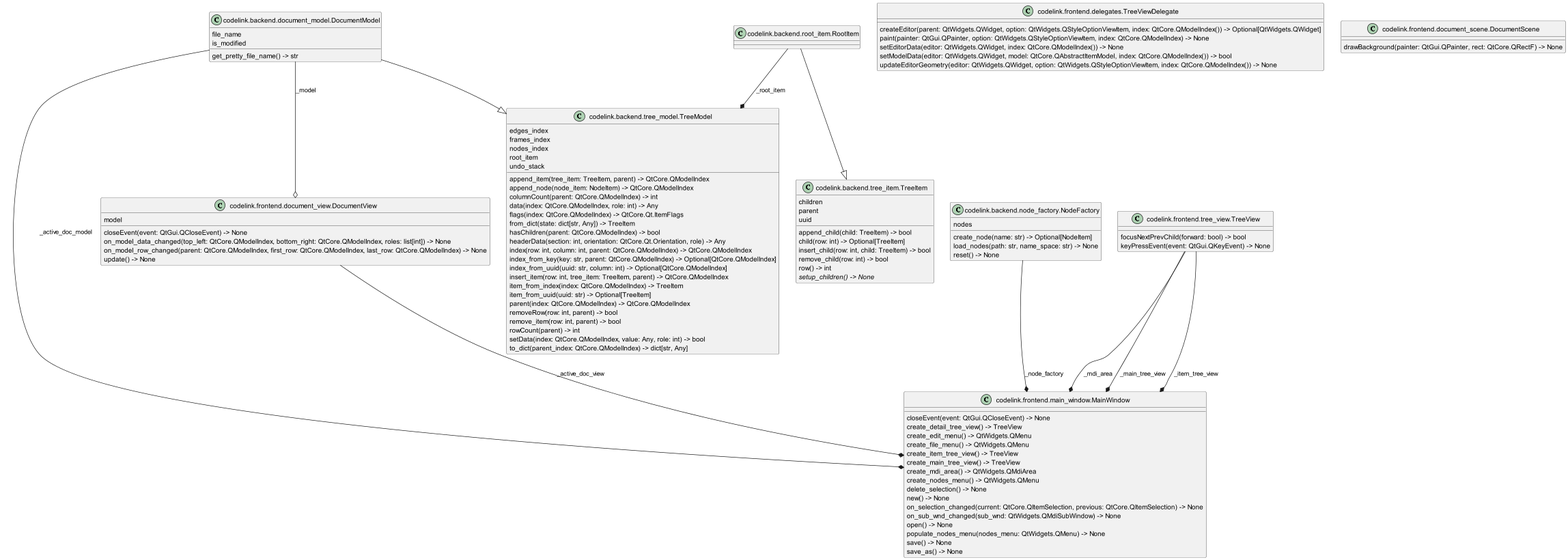
Before: img/frontend_classes.png, a diagram exported from PlantUML (j8sr0230/codelink).
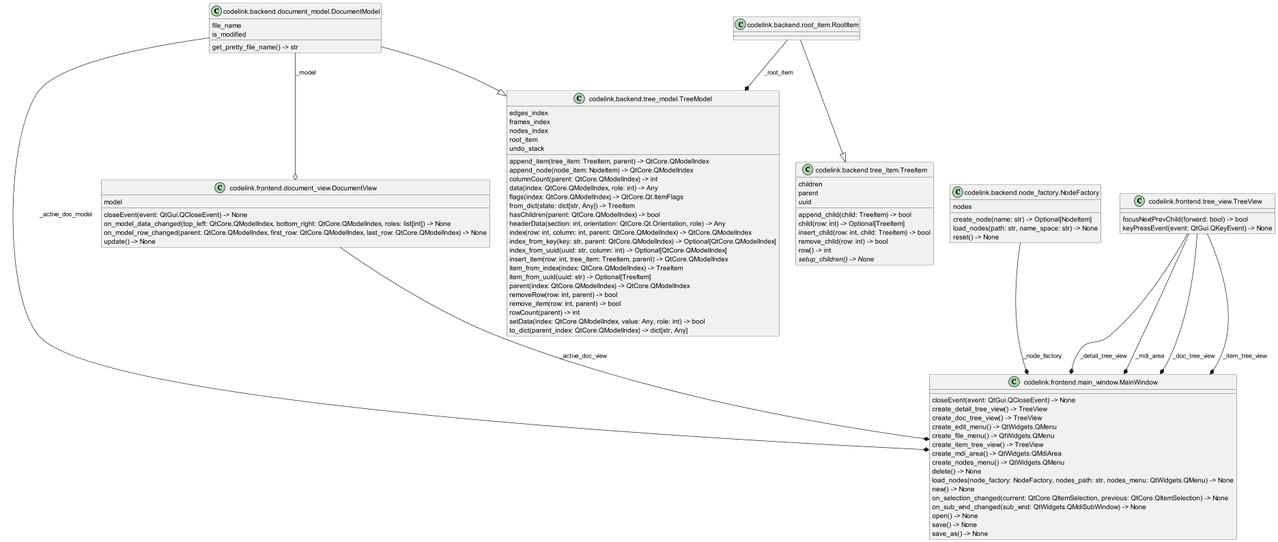
Later version of the same file.

Diff of the diagram source:
```diff
@@ -51,16 +51,6 @@
   setData(index: QtCore.QModelIndex, value: Any, role: int) -> bool
   to_dict(parent_index: QtCore.QModelIndex) -> dict[str, Any]
 }
-class "codelink.frontend.delegates.TreeViewDelegate" as codelink.frontend.delegates.TreeViewDelegate {
-  createEditor(parent: QtWidgets.QWidget, option: QtWidgets.QStyleOptionViewItem, index: QtCore.QModelIndex()) -> Optional[QtWidgets.QWidget]
-  paint(painter: QtGui.QPainter, option: QtWidgets.QStyleOptionViewItem, index: QtCore.QModelIndex) -> None
-  setEditorData(editor: QtWidgets.QWidget, index: QtCore.QModelIndex()) -> None
-  setModelData(editor: QtWidgets.QWidget, model: QtCore.QAbstractItemModel, index: QtCore.QModelIndex()) -> bool
-  updateEditorGeometry(editor: QtWidgets.QWidget, option: QtWidgets.QStyleOptionViewItem, index: QtCore.QModelIndex()) -> None
-}
-class "codelink.frontend.document_scene.DocumentScene" as codelink.frontend.document_scene.DocumentScene {
-  drawBackground(painter: QtGui.QPainter, rect: QtCore.QRectF) -> None
-}
 class "codelink.frontend.document_view.DocumentView" as codelink.frontend.document_view.DocumentView {
   model
   closeEvent(event: QtGui.QCloseEvent) -> None
@@ -71,18 +61,18 @@
 class "codelink.frontend.main_window.MainWindow" as codelink.frontend.main_window.MainWindow {
   closeEvent(event: QtGui.QCloseEvent) -> None
   create_detail_tree_view() -> TreeView
+  create_doc_tree_view() -> TreeView
   create_edit_menu() -> QtWidgets.QMenu
   create_file_menu() -> QtWidgets.QMenu
   create_item_tree_view() -> TreeView
-  create_main_tree_view() -> TreeView
   create_mdi_area() -> QtWidgets.QMdiArea
   create_nodes_menu() -> QtWidgets.QMenu
-  delete_selection() -> None
+  delete() -> None
+  load_nodes(node_factory: NodeFactory, nodes_path: str, nodes_menu: QtWidgets.QMenu) -> None
   new() -> None
   on_selection_changed(current: QtCore.QItemSelection, previous: QtCore.QItemSelection) -> None
   on_sub_wnd_changed(sub_wnd: QtWidgets.QMdiSubWindow) -> None
   open() -> None
-  populate_nodes_menu(nodes_menu: QtWidgets.QMenu) -> None
   save() -> None
   save_as() -> None
 }
@@ -97,7 +87,8 @@
 codelink.backend.root_item.RootItem --* codelink.backend.tree_model.TreeModel : _root_item
 codelink.frontend.document_view.DocumentView --* codelink.frontend.main_window.MainWindow : _active_doc_view
 codelink.frontend.tree_view.TreeView --* codelink.frontend.main_window.MainWindow : _mdi_area
-codelink.frontend.tree_view.TreeView --* codelink.frontend.main_window.MainWindow : _main_tree_view
+codelink.frontend.tree_view.TreeView --* codelink.frontend.main_window.MainWindow : _doc_tree_view
 codelink.frontend.tree_view.TreeView --* codelink.frontend.main_window.MainWindow : _item_tree_view
+codelink.frontend.tree_view.TreeView --* codelink.frontend.main_window.MainWindow : _detail_tree_view
 codelink.backend.document_model.DocumentModel --o codelink.frontend.document_view.DocumentView : _model
 @enduml
```
